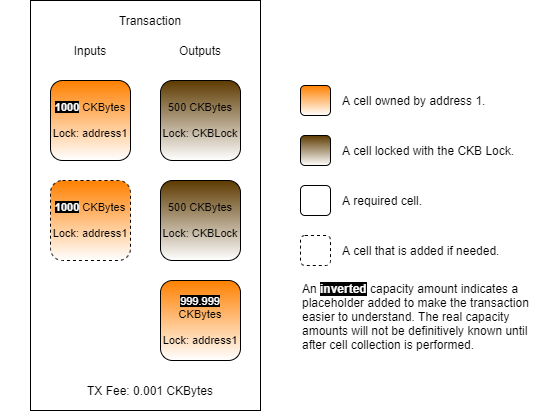
jordanmack/developer-training-course-documentation keeps this draw.io diagram as .gitbook/assets/create-transaction-structure (2).png. Above is the earlier version. Source tidied: cells renumbered, new cells last; positions are measured from the earlier drawing's top-left corner, leaving out a move shared by most shapes.
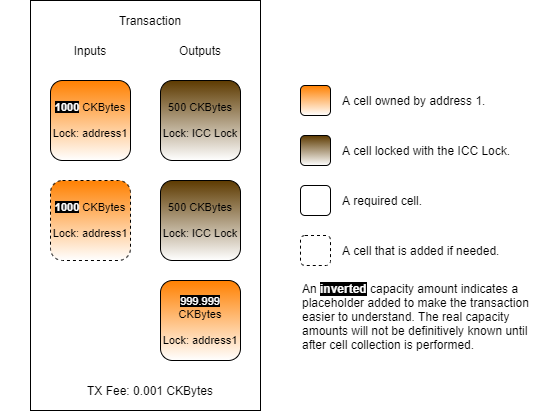
Later version of the same file.

Change to the diagram source:
```diff
@@ -17,13 +17,13 @@
     <mxCell id="6" value="TX Fee: 0.001 CKBytes" style="text;html=1;strokeColor=none;fillColor=none;align=center;verticalAlign=middle;whiteSpace=wrap;rounded=0;" parent="1" vertex="1">
       <mxGeometry x="50" y="380" width="200" height="20" as="geometry" />
     </mxCell>
-    <mxCell id="7" value="500 CKBytes&lt;br&gt;&lt;br&gt;Lock: CKBLock" style="rounded=1;whiteSpace=wrap;html=1;fontSize=11;gradientColor=#ffffff;fillColor=#5D3A00;" parent="1" vertex="1">
+    <mxCell id="7" value="500 CKBytes&lt;br&gt;&lt;br&gt;Lock: ICC Lock" style="rounded=1;whiteSpace=wrap;html=1;fontSize=11;gradientColor=#ffffff;fillColor=#5D3A00;" parent="1" vertex="1">
       <mxGeometry x="160" y="80" width="80" height="80" as="geometry" />
     </mxCell>
     <mxCell id="8" value="&lt;b&gt;&lt;font style=&quot;background-color: rgb(0 , 0 , 0)&quot; color=&quot;#ffffff&quot;&gt;1000&lt;/font&gt;&lt;/b&gt;&amp;nbsp;CKBytes&lt;br&gt;&lt;br&gt;Lock: address1" style="rounded=1;whiteSpace=wrap;html=1;fontSize=11;gradientColor=#ffffff;fillColor=#FF8000;" parent="1" vertex="1">
       <mxGeometry x="50" y="80" width="80" height="80" as="geometry" />
     </mxCell>
-    <mxCell id="9" value="500 CKBytes&lt;br&gt;&lt;br&gt;Lock: CKBLock" style="rounded=1;whiteSpace=wrap;html=1;fontSize=11;gradientColor=#ffffff;fillColor=#5D3A00;" parent="1" vertex="1">
+    <mxCell id="9" value="500 CKBytes&lt;br&gt;&lt;br&gt;Lock: ICC Lock" style="rounded=1;whiteSpace=wrap;html=1;fontSize=11;gradientColor=#ffffff;fillColor=#5D3A00;" parent="1" vertex="1">
       <mxGeometry x="160" y="180" width="80" height="80" as="geometry" />
     </mxCell>
     <mxCell id="10" value="&lt;font color=&quot;#ffffff&quot; style=&quot;background-color: rgb(0 , 0 , 0)&quot;&gt;999.999&lt;/font&gt; CKBytes&lt;br&gt;&lt;br&gt;Lock: address1" style="rounded=1;whiteSpace=wrap;html=1;fontSize=11;gradientColor=#ffffff;fillColor=#FF8000;" parent="1" vertex="1">
@@ -44,7 +44,7 @@
     <mxCell id="15" value="A cell owned by address 1." style="text;html=1;strokeColor=none;fillColor=none;align=left;verticalAlign=middle;whiteSpace=wrap;rounded=0;dashed=1;" parent="1" vertex="1">
       <mxGeometry x="340" y="90" width="200" height="20" as="geometry" />
     </mxCell>
-    <mxCell id="16" value="A cell locked with the CKB Lock." style="text;html=1;strokeColor=none;fillColor=none;align=left;verticalAlign=middle;whiteSpace=wrap;rounded=0;dashed=1;" parent="1" vertex="1">
+    <mxCell id="16" value="A cell locked with the ICC Lock." style="text;html=1;strokeColor=none;fillColor=none;align=left;verticalAlign=middle;whiteSpace=wrap;rounded=0;dashed=1;" parent="1" vertex="1">
       <mxGeometry x="340" y="140" width="200" height="20" as="geometry" />
     </mxCell>
     <mxCell id="17" value="A required cell." style="text;html=1;strokeColor=none;fillColor=none;align=left;verticalAlign=middle;whiteSpace=wrap;rounded=0;dashed=1;" parent="1" vertex="1">
```
